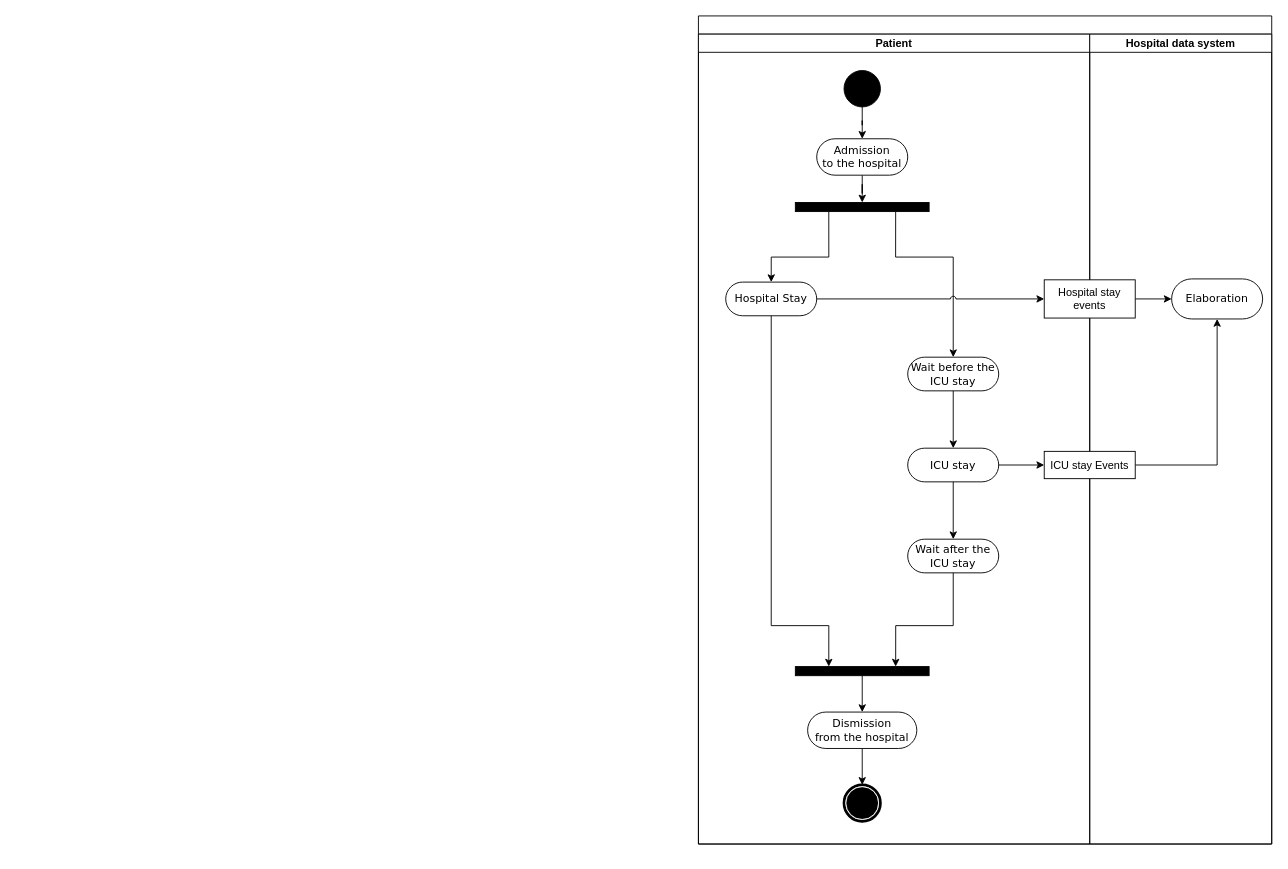
t4ncred1/thesis keeps this draw.io diagram as artifacts/model-1_activity-diagram.drawio. Above is the earlier version. Source tidied: cells renumbered, new cells numbered last; positions are measured from the earlier drawing's top-left corner, leaving out a move shared by most shapes. Both pictures are drawn from the tidied source at 91%, with x=0, y=0 at pixel (698, 15).
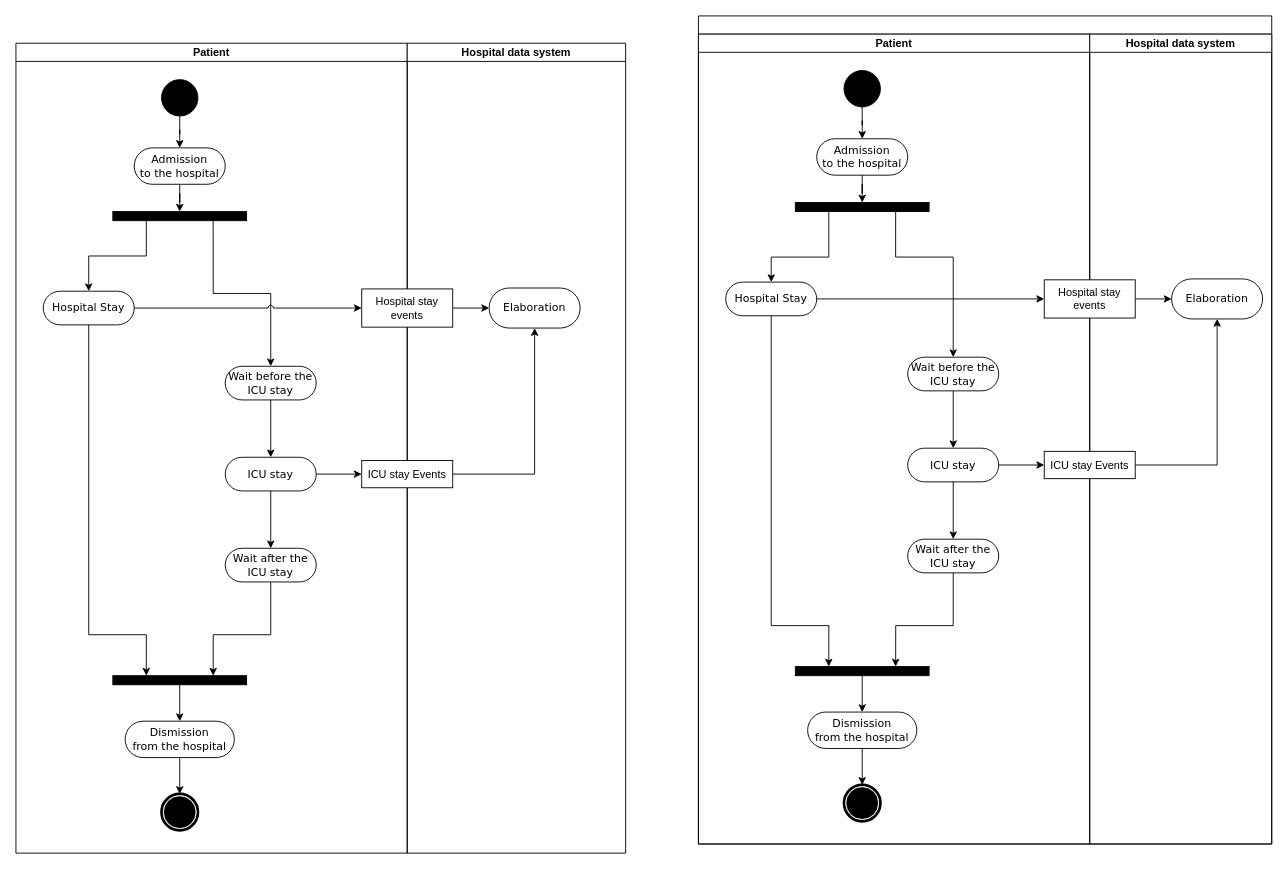
The same diagram, later.

Unchanged cells that the change refers to:
```xml
<mxCell id="8" value="Hospital Stay" style="rounded=1;whiteSpace=wrap;html=1;shadow=0;comic=0;labelBackgroundColor=none;strokeWidth=1;fontFamily=Verdana;fontSize=12;align=center;arcSize=50;" parent="7" vertex="1">
  <mxGeometry x="30" y="272.5" width="100" height="37" as="geometry" />
</mxCell>
<mxCell id="9" value="Wait before the ICU stay" style="rounded=1;whiteSpace=wrap;html=1;shadow=0;comic=0;labelBackgroundColor=none;strokeWidth=1;fontFamily=Verdana;fontSize=12;align=center;arcSize=50;" parent="7" vertex="1">
  <mxGeometry x="230" y="355" width="100" height="37" as="geometry" />
</mxCell>
<mxCell id="10" value="ICU stay" style="rounded=1;whiteSpace=wrap;html=1;shadow=0;comic=0;labelBackgroundColor=none;strokeWidth=1;fontFamily=Verdana;fontSize=12;align=center;arcSize=50;" parent="7" vertex="1">
  <mxGeometry x="230" y="455" width="100" height="37" as="geometry" />
</mxCell>
<mxCell id="21" value="&lt;div&gt;Admission&lt;/div&gt;&lt;div&gt;to the hospital&lt;br&gt;&lt;/div&gt;" style="rounded=1;whiteSpace=wrap;html=1;shadow=0;comic=0;labelBackgroundColor=none;strokeWidth=1;fontFamily=Verdana;fontSize=12;align=center;arcSize=50;" parent="7" vertex="1">
  <mxGeometry x="130" y="115" width="100" height="40" as="geometry" />
</mxCell>
<mxCell id="29" value="ICU stay Events" style="rounded=0;whiteSpace=wrap;html=1;" parent="26" vertex="1">
  <mxGeometry x="-50" y="458.5" width="100" height="30" as="geometry" />
</mxCell>
<mxCell id="31" value="Hospital stay events" style="rounded=0;whiteSpace=wrap;html=1;" parent="26" vertex="1">
  <mxGeometry x="-50" y="270" width="100" height="42" as="geometry" />
</mxCell>
```

The edit, as a diff of the source:
```diff
@@
-    <mxCell id="2" style="edgeStyle=orthogonalEdgeStyle;rounded=0;jettySize=auto;html=1;entryX=0.5;entryY=0;entryDx=0;entryDy=0;" parent="1" edge="1" source="21" target="5">
-      <mxGeometry relative="1" as="geometry" />
-    </mxCell>
-    <mxCell id="3" style="edgeStyle=orthogonalEdgeStyle;rounded=0;jettySize=auto;html=1;exitX=0.75;exitY=1;exitDx=0;exitDy=0;" parent="1" edge="1" source="5" target="9">
-      <mxGeometry relative="1" as="geometry">
-        <Array as="points">
-          <mxPoint x="217" y="265" />
-          <mxPoint x="280" y="265" />
-        </Array>
-      </mxGeometry>
-    </mxCell>
-    <mxCell id="4" style="edgeStyle=orthogonalEdgeStyle;rounded=0;jettySize=auto;html=1;exitX=0.25;exitY=1;exitDx=0;exitDy=0;" parent="1" edge="1" source="5" target="8">
-      <mxGeometry relative="1" as="geometry">
-        <Array as="points">
-          <mxPoint x="143" y="265" />
-          <mxPoint x="80" y="265" />
-        </Array>
-      </mxGeometry>
-    </mxCell>
-    <mxCell id="5" style="whiteSpace=wrap;html=1;rounded=0;shadow=0;comic=0;labelBackgroundColor=none;strokeWidth=1;fillColor=#000000;fontFamily=Verdana;fontSize=12;align=center;rotation=0;" parent="1" vertex="1">
-      <mxGeometry x="106.5" y="205" width="147" height="10" as="geometry" />
-    </mxCell>
+    <mxCell id="32" value="Patient" style="swimlane;startSize=20;" parent="1" vertex="1">
+      <mxGeometry x="-750" y="30" width="430" height="890" as="geometry" />
+    </mxCell>
+    <mxCell id="33" value="Hospital Stay" style="rounded=1;whiteSpace=wrap;html=1;shadow=0;comic=0;labelBackgroundColor=none;strokeWidth=1;fontFamily=Verdana;fontSize=12;align=center;arcSize=50;" parent="32" vertex="1">
+      <mxGeometry x="30" y="272.5" width="100" height="37" as="geometry" />
+    </mxCell>
+    <mxCell id="34" value="Wait before the ICU stay" style="rounded=1;whiteSpace=wrap;html=1;shadow=0;comic=0;labelBackgroundColor=none;strokeWidth=1;fontFamily=Verdana;fontSize=12;align=center;arcSize=50;" parent="32" vertex="1">
+      <mxGeometry x="230" y="355" width="100" height="37" as="geometry" />
+    </mxCell>
+    <mxCell id="35" value="ICU stay" style="rounded=1;whiteSpace=wrap;html=1;shadow=0;comic=0;labelBackgroundColor=none;strokeWidth=1;fontFamily=Verdana;fontSize=12;align=center;arcSize=50;" parent="32" vertex="1">
+      <mxGeometry x="230" y="455" width="100" height="37" as="geometry" />
+    </mxCell>
+    <mxCell id="36" style="edgeStyle=orthogonalEdgeStyle;rounded=0;jettySize=auto;html=1;" parent="32" edge="1" source="34" target="35">
+      <mxGeometry relative="1" as="geometry" />
+    </mxCell>
+    <mxCell id="37" value="Wait after the ICU stay" style="rounded=1;whiteSpace=wrap;html=1;shadow=0;comic=0;labelBackgroundColor=none;strokeWidth=1;fontFamily=Verdana;fontSize=12;align=center;arcSize=50;" parent="32" vertex="1">
+      <mxGeometry x="230" y="555" width="100" height="37" as="geometry" />
+    </mxCell>
+    <mxCell id="38" style="edgeStyle=orthogonalEdgeStyle;rounded=0;jettySize=auto;html=1;" parent="32" edge="1" source="35" target="37">
+      <mxGeometry relative="1" as="geometry" />
+    </mxCell>
+    <mxCell id="39" style="whiteSpace=wrap;html=1;rounded=0;shadow=0;comic=0;labelBackgroundColor=none;strokeWidth=1;fillColor=#000000;fontFamily=Verdana;fontSize=12;align=center;rotation=0;" parent="32" vertex="1">
+      <mxGeometry x="106.5" y="695" width="147" height="10" as="geometry" />
+    </mxCell>
+    <mxCell id="40" style="edgeStyle=orthogonalEdgeStyle;rounded=0;jettySize=auto;html=1;entryX=0.75;entryY=0;entryDx=0;entryDy=0;" parent="32" edge="1" source="37" target="39">
+      <mxGeometry relative="1" as="geometry">
+        <Array as="points">
+          <mxPoint x="280" y="650" />
+          <mxPoint x="217" y="650" />
+        </Array>
+      </mxGeometry>
+    </mxCell>
+    <mxCell id="41" style="shape=mxgraph.bpmn.shape;html=1;verticalLabelPosition=bottom;labelBackgroundColor=#ffffff;verticalAlign=top;perimeter=ellipsePerimeter;outline=end;symbol=terminate;rounded=0;shadow=0;comic=0;strokeWidth=1;fontFamily=Verdana;fontSize=12;align=center;" parent="32" vertex="1">
+      <mxGeometry x="160" y="825" width="40" height="40" as="geometry" />
+    </mxCell>
+    <mxCell id="42" style="edgeStyle=orthogonalEdgeStyle;rounded=0;jettySize=auto;html=1;" parent="32" edge="1" source="43" target="41">
+      <mxGeometry relative="1" as="geometry" />
+    </mxCell>
+    <mxCell id="43" value="Dismission &lt;br&gt;from the hospital" style="rounded=1;whiteSpace=wrap;html=1;shadow=0;comic=0;labelBackgroundColor=none;strokeWidth=1;fontFamily=Verdana;fontSize=12;align=center;arcSize=50;" parent="32" vertex="1">
+      <mxGeometry x="120" y="745" width="120" height="40" as="geometry" />
+    </mxCell>
+    <mxCell id="44" style="edgeStyle=orthogonalEdgeStyle;rounded=0;jettySize=auto;html=1;entryX=0.25;entryY=0;entryDx=0;entryDy=0;" parent="32" edge="1" source="33" target="39">
+      <mxGeometry relative="1" as="geometry">
+        <Array as="points">
+          <mxPoint x="80" y="650" />
+          <mxPoint x="143" y="650" />
+        </Array>
+      </mxGeometry>
+    </mxCell>
+    <mxCell id="45" style="edgeStyle=orthogonalEdgeStyle;rounded=0;jettySize=auto;html=1;" parent="32" edge="1" source="39" target="43">
+      <mxGeometry relative="1" as="geometry" />
+    </mxCell>
+    <mxCell id="46" style="edgeStyle=orthogonalEdgeStyle;rounded=0;jettySize=auto;html=1;entryX=0.5;entryY=0;entryDx=0;entryDy=0;" parent="32" edge="1" source="47" target="52">
+      <mxGeometry relative="1" as="geometry" />
+    </mxCell>
+    <mxCell id="47" value="&lt;div&gt;Admission&lt;/div&gt;&lt;div&gt;to the hospital&lt;br&gt;&lt;/div&gt;" style="rounded=1;whiteSpace=wrap;html=1;shadow=0;comic=0;labelBackgroundColor=none;strokeWidth=1;fontFamily=Verdana;fontSize=12;align=center;arcSize=50;" parent="32" vertex="1">
+      <mxGeometry x="130" y="115" width="100" height="40" as="geometry" />
+    </mxCell>
+    <mxCell id="48" style="ellipse;whiteSpace=wrap;html=1;rounded=0;shadow=0;comic=0;labelBackgroundColor=none;strokeWidth=1;fillColor=#000000;fontFamily=Verdana;fontSize=12;align=center;" parent="32" vertex="1">
+      <mxGeometry x="160" y="40" width="40" height="40" as="geometry" />
+    </mxCell>
+    <mxCell id="49" style="edgeStyle=orthogonalEdgeStyle;rounded=0;jettySize=auto;html=1;" parent="32" edge="1" source="48" target="47">
+      <mxGeometry relative="1" as="geometry" />
+    </mxCell>
+    <mxCell id="50" style="edgeStyle=orthogonalEdgeStyle;rounded=0;jettySize=auto;html=1;exitX=0.25;exitY=1;exitDx=0;exitDy=0;entryX=0.5;entryY=0;entryDx=0;entryDy=0;" parent="32" edge="1" source="52" target="33">
+      <mxGeometry relative="1" as="geometry" />
+    </mxCell>
+    <mxCell id="51" style="edgeStyle=orthogonalEdgeStyle;rounded=0;jettySize=auto;html=1;exitX=0.75;exitY=1;exitDx=0;exitDy=0;jumpStyle=arc;" parent="32" edge="1" source="52" target="34">
+      <mxGeometry relative="1" as="geometry" />
+    </mxCell>
+    <mxCell id="52" style="whiteSpace=wrap;html=1;rounded=0;shadow=0;comic=0;labelBackgroundColor=none;strokeWidth=1;fillColor=#000000;fontFamily=Verdana;fontSize=12;align=center;rotation=0;" parent="32" vertex="1">
+      <mxGeometry x="106.5" y="185" width="147" height="10" as="geometry" />
+    </mxCell>
+    <mxCell id="53" value="Hospital data system" style="swimlane;startSize=20;" parent="1" vertex="1">
+      <mxGeometry x="-320" y="30" width="240" height="890" as="geometry" />
+    </mxCell>
+    <mxCell id="54" value="Elaboration" style="rounded=1;whiteSpace=wrap;html=1;shadow=0;comic=0;labelBackgroundColor=none;strokeWidth=1;fontFamily=Verdana;fontSize=12;align=center;arcSize=50;" parent="53" vertex="1">
+      <mxGeometry x="90" y="269" width="100" height="44" as="geometry" />
+    </mxCell>
+    <mxCell id="55" style="edgeStyle=orthogonalEdgeStyle;rounded=0;jettySize=auto;html=1;endArrow=classic;endFill=1;" parent="53" edge="1" source="57" target="54">
+      <mxGeometry relative="1" as="geometry" />
+    </mxCell>
+    <mxCell id="56" style="edgeStyle=orthogonalEdgeStyle;rounded=0;jettySize=auto;html=1;endArrow=classic;endFill=1;" parent="53" edge="1" source="58" target="54">
+      <mxGeometry relative="1" as="geometry">
+        <Array as="points">
+          <mxPoint x="90" y="292" />
+          <mxPoint x="90" y="290" />
+        </Array>
+      </mxGeometry>
+    </mxCell>
+    <mxCell id="57" value="ICU stay Events" style="rounded=0;whiteSpace=wrap;html=1;" parent="53" vertex="1">
+      <mxGeometry x="-50" y="458.5" width="100" height="30" as="geometry" />
+    </mxCell>
+    <mxCell id="58" value="Hospital stay events" style="rounded=0;whiteSpace=wrap;html=1;" parent="53" vertex="1">
+      <mxGeometry x="-50" y="270" width="100" height="42" as="geometry" />
+    </mxCell>
-    <mxCell id="6" style="swimlane;startSize=20;" parent="1" vertex="1">
+    <mxCell id="6" style="swimlane;startSize=20;fillColor=none;swimlaneFillColor=none;" parent="1" vertex="1">
       <mxGeometry width="630" height="910" as="geometry" />
     </mxCell>
@@
-    <mxCell id="24" style="edgeStyle=orthogonalEdgeStyle;rounded=0;jettySize=auto;html=1;endArrow=classic;endFill=1;jumpStyle=arc;" parent="6" edge="1" source="8" target="31">
-      <mxGeometry relative="1" as="geometry" />
-    </mxCell>
-    <mxCell id="25" style="edgeStyle=orthogonalEdgeStyle;rounded=0;jettySize=auto;html=1;endArrow=classic;endFill=1;" parent="6" edge="1" source="10" target="29">
-      <mxGeometry relative="1" as="geometry" />
-    </mxCell>
@@
+    <mxCell id="24" style="edgeStyle=orthogonalEdgeStyle;rounded=0;jettySize=auto;html=1;endArrow=classic;endFill=1;jumpStyle=arc;" parent="6" edge="1" source="8" target="31">
+      <mxGeometry relative="1" as="geometry" />
+    </mxCell>
+    <mxCell id="25" style="edgeStyle=orthogonalEdgeStyle;rounded=0;jettySize=auto;html=1;endArrow=classic;endFill=1;" parent="6" edge="1" source="10" target="29">
+      <mxGeometry relative="1" as="geometry" />
+    </mxCell>
+    <mxCell id="2" style="edgeStyle=orthogonalEdgeStyle;rounded=0;jettySize=auto;html=1;entryX=0.5;entryY=0;entryDx=0;entryDy=0;" parent="1" edge="1" source="21" target="5">
+      <mxGeometry relative="1" as="geometry" />
+    </mxCell>
+    <mxCell id="3" style="edgeStyle=orthogonalEdgeStyle;rounded=0;jettySize=auto;html=1;exitX=0.75;exitY=1;exitDx=0;exitDy=0;" parent="1" edge="1" source="5" target="9">
+      <mxGeometry relative="1" as="geometry">
+        <Array as="points">
+          <mxPoint x="217" y="265" />
+          <mxPoint x="280" y="265" />
+        </Array>
+      </mxGeometry>
+    </mxCell>
+    <mxCell id="4" style="edgeStyle=orthogonalEdgeStyle;rounded=0;jettySize=auto;html=1;exitX=0.25;exitY=1;exitDx=0;exitDy=0;" parent="1" edge="1" source="5" target="8">
+      <mxGeometry relative="1" as="geometry">
+        <Array as="points">
+          <mxPoint x="143" y="265" />
+          <mxPoint x="80" y="265" />
+        </Array>
+      </mxGeometry>
+    </mxCell>
+    <mxCell id="5" style="whiteSpace=wrap;html=1;rounded=0;shadow=0;comic=0;labelBackgroundColor=none;strokeWidth=1;fillColor=#000000;fontFamily=Verdana;fontSize=12;align=center;rotation=0;" parent="1" vertex="1">
+      <mxGeometry x="106.5" y="205" width="147" height="10" as="geometry" />
+    </mxCell>
+    <mxCell id="59" style="edgeStyle=orthogonalEdgeStyle;rounded=0;jettySize=auto;html=1;jumpStyle=arc;" parent="1" edge="1" source="33" target="58">
+      <mxGeometry relative="1" as="geometry" />
+    </mxCell>
+    <mxCell id="60" style="edgeStyle=orthogonalEdgeStyle;rounded=0;jumpStyle=arc;jettySize=auto;html=1;" parent="1" edge="1" source="35" target="57">
+      <mxGeometry relative="1" as="geometry" />
+    </mxCell>
```
